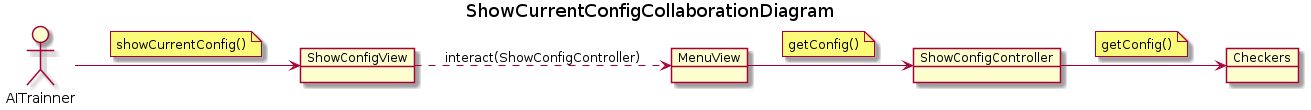
Above: docs/output/analysis/use-cases/ShowCurrentConfigCollaborationDiagram.png in Master-Desarrollo-20-21/patrones-diseno---practica-final---juego-de-las-damas-fraylopez (PlantUML), before the change.
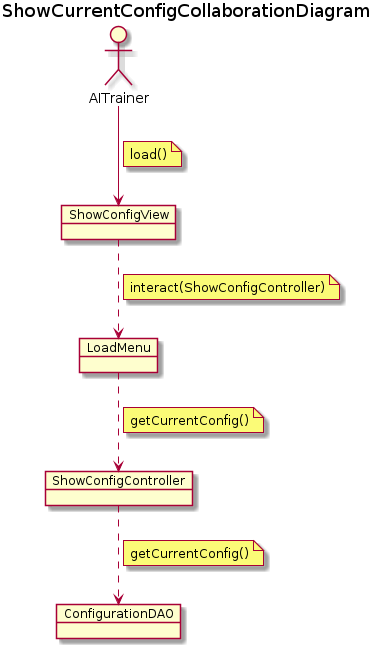
After the commit.

Diff of the diagram source:
```diff
@@ -1,27 +1,32 @@
 @startuml ShowCurrentConfigCollaborationDiagram
 title ShowCurrentConfigCollaborationDiagram
-left to right direction
 
 allow_mixing
-actor AITrainner
-object MenuView
+
+actor AITrainer
+object ShowConfigController
+
 object ShowConfigView
-AITrainner --> ShowConfigView
+object LoadMenu
+object ConfigurationDAO
+
+AITrainer --> ShowConfigView
 note on link
-showCurrentConfig()
+    load()
+end note
+ShowConfigView ..> LoadMenu
+note on link
+    interact(ShowConfigController)
 end note
 
-ShowConfigView ..> MenuView  : interact(ShowConfigController)
-
-object ShowConfigController
-MenuView --> ShowConfigController
+LoadMenu ..> ShowConfigController
 note on link
-getConfig()
+    getCurrentConfig()
 end note
 
-object Checkers
-ShowConfigController --> Checkers
+ShowConfigController ..> ConfigurationDAO
 note on link
-getConfig()
+    getCurrentConfig()
 end note
+
 @enduml
```
